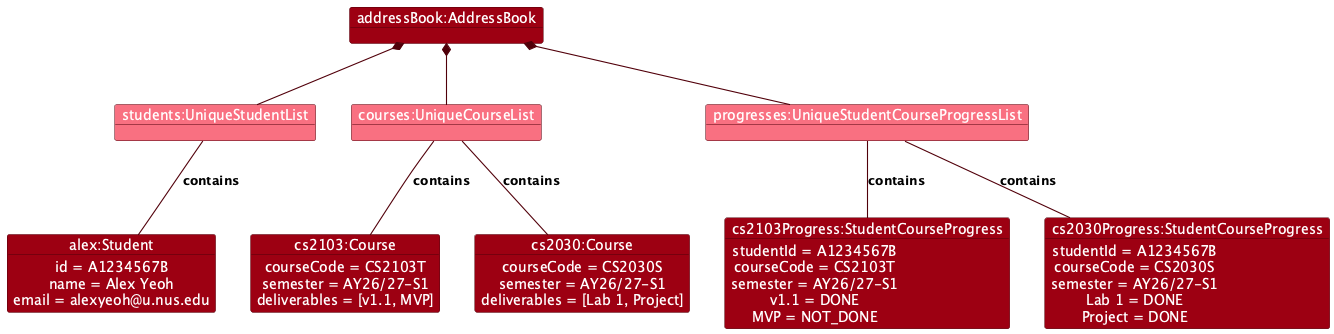
AY2627S1-CS2103-F11-1/tp keeps this PlantUML diagram as docs/images/StudentCourseProgressObjectDiagram.png. Above is the earlier version. Its source is kept beside it as docs/diagrams/StudentCourseProgressObjectDiagram.puml.
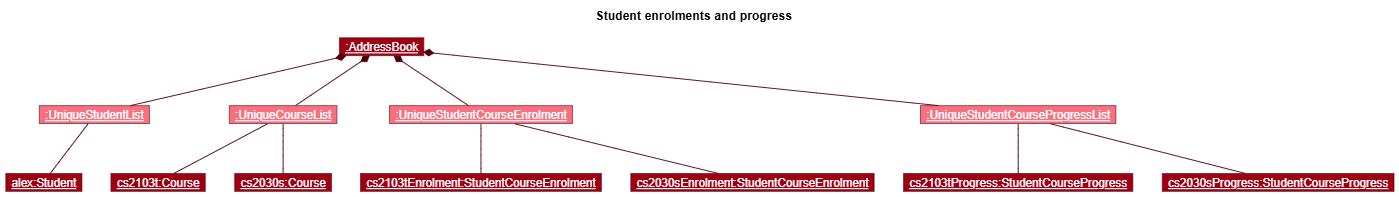
After the commit.

Change to the diagram source:
```diff
@@ -1,63 +1,81 @@
 @startuml
 !include style.puml
-show members
+
+title Student enrolments and progress
+
 skinparam arrowThickness 1.1
 skinparam arrowColor MODEL_COLOR_T4
 skinparam objectBackgroundColor MODEL_COLOR
 skinparam objectFontColor white
 skinparam objectBorderColor MODEL_COLOR_T4
 
-object "addressBook:AddressBook" as AddressBook
+object "<u>:AddressBook</u>" as AddressBook
 
-object "students:UniqueStudentList" as Students MODEL_COLOR_T1
-object "courses:UniqueCourseList" as Courses MODEL_COLOR_T1
-object "progresses:UniqueStudentCourseProgressList" as Progresses MODEL_COLOR_T1
+object "<u>:UniqueStudentList</u>" as Students MODEL_COLOR_T1
+object "<u>:UniqueCourseList</u>" as Courses MODEL_COLOR_T1
+object "<u>:UniqueStudentCourseEnrolment</u>" as Enrolments MODEL_COLOR_T1
+object "<u>:UniqueStudentCourseProgressList</u>" as Progresses MODEL_COLOR_T1
 
-object "alex:Student" as Alex {
-  id = A1234567B
-  name = Alex Yeoh
-  email = alexyeoh@u.nus.edu
+object "<u>alex:Student</u>" as Alex {
+    id = A1234567B
+    name = Alex Yeoh
+    email = alexyeoh@u.nus.edu
 }
 
-object "cs2103:Course" as Cs2103 {
-  courseCode = CS2103T
-  semester = AY26/27-S1
-  deliverables = [v1.1, MVP]
+object "<u>cs2103t:Course</u>" as Cs2103 {
+    courseCode = CS2103T
+    semester = AY26/27-S1
+    deliverables = [v1.1, MVP]
 }
 
-object "cs2030:Course" as Cs2030 {
-  courseCode = CS2030S
-  semester = AY26/27-S1
-  deliverables = [Lab 1, Project]
+object "<u>cs2030s:Course</u>" as Cs2030 {
+    courseCode = CS2030S
+    semester = AY26/27-S1
+    deliverables = [Lab 1, Project]
 }
 
-object "cs2103Progress:StudentCourseProgress" as Cs2103Progress {
-  studentId = A1234567B
-  courseCode = CS2103T
-  semester = AY26/27-S1
-  v1.1 = DONE
-  MVP = NOT_DONE
+object "<u>cs2103tEnrolment:StudentCourseEnrolment</u>" as AlexCs2103 {
+    studentId = A1234567B
+    courseCode = CS2103T
+    semester = AY26/27-S1
+    tutorialClass = T07
 }
 
-object "cs2030Progress:StudentCourseProgress" as Cs2030Progress {
-  studentId = A1234567B
-  courseCode = CS2030S
-  semester = AY26/27-S1
-  Lab 1 = DONE
-  Project = DONE
+object "<u>cs2030sEnrolment:StudentCourseEnrolment</u>" as AlexCs2030 {
+    studentId = A1234567B
+    courseCode = CS2030S
+    semester = AY26/27-S1
+    tutorialClass = T02
+}
+
+object "<u>cs2103tProgress:StudentCourseProgress</u>" as Cs2103Progress {
+    studentId = A1234567B
+    courseCode = CS2103T
+    semester = AY26/27-S1
+    deliverableStatuses = {v1.1: DONE, MVP: NOT_DONE}
+}
+
+object "<u>cs2030sProgress:StudentCourseProgress</u>" as Cs2030Progress {
+    studentId = A1234567B
+    courseCode = CS2030S
+    semester = AY26/27-S1
+    deliverableStatuses = {Lab 1: DONE, Project: DONE}
 }
 
 AddressBook *-- Students
 AddressBook *-- Courses
+AddressBook *-- Enrolments
 AddressBook *-- Progresses
 
-Students -- Alex : contains
-Courses -- Cs2103 : contains
-Courses -- Cs2030 : contains
-Progresses -- Cs2103Progress : contains
-Progresses -- Cs2030Progress : contains
+Students -- Alex
 
-Alex -[hidden]right- Cs2103
-Cs2103 -[hidden]right- Cs2030
-Cs2103Progress -[hidden]right- Cs2030Progress
+Courses -- Cs2103
+Courses -- Cs2030
+
+Enrolments -- AlexCs2103
+Enrolments -- AlexCs2030
+
+Progresses -- Cs2103Progress
+Progresses -- Cs2030Progress
+
 @enduml
```
